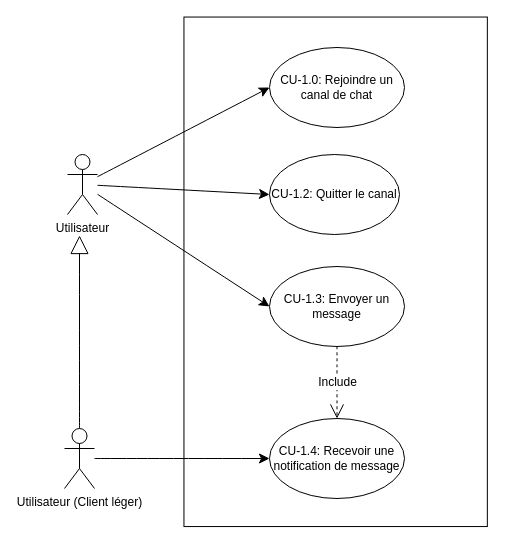
Andreea-Maria1/uml-projet3 keeps this draw.io diagram as page "Page-2" (2 of 4) of Diagramme sans nom.drawio. Above is the earlier version. Source tidied: cells renumbered, new cells numbered last; positions are measured from the earlier drawing's top-left corner, leaving out a move shared by most shapes. Both pictures are drawn from the tidied source at 100%, with x=0, y=0 at pixel (64, 47).
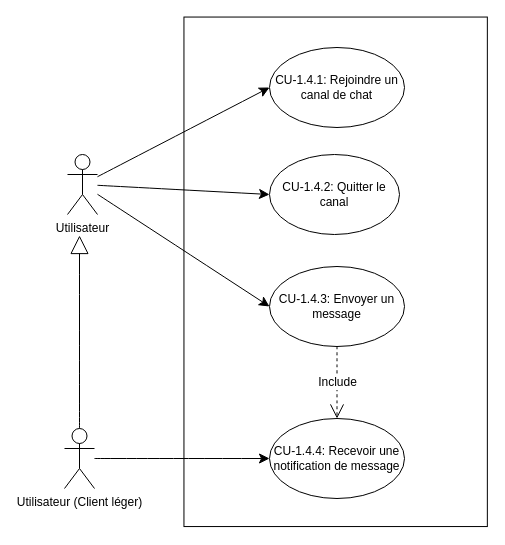
The same page after the edit.

Commit message:
Mettre à jour Diagramme sans nom.drawio

What changed in the source:
```diff
@@
 <mxGraphModel>
   <root>
     <mxCell id="0" />
     <mxCell id="1" parent="0" />
     <mxCell id="2" style="rounded=0;whiteSpace=wrap;html=1;rotation=90;" parent="1" vertex="1">
       <mxGeometry x="16.4" y="72.6" width="509.5" height="303.4" as="geometry" />
     </mxCell>
     <mxCell id="3" style="edgeStyle=none;curved=1;rounded=0;jettySize=auto;html=1;entryX=0;entryY=0.5;entryDx=0;entryDy=0;fontSize=12;startSize=8;endSize=8;" parent="1" edge="1" source="6" target="8">
       <mxGeometry relative="1" as="geometry">
         <Array as="points">
           <mxPoint x="205" y="147" />
         </Array>
       </mxGeometry>
     </mxCell>
     <mxCell id="4" style="edgeStyle=none;curved=1;rounded=0;jettySize=auto;html=1;entryX=0;entryY=0.5;entryDx=0;entryDy=0;fontSize=12;startSize=8;endSize=8;" parent="1" edge="1" source="6" target="7">
       <mxGeometry relative="1" as="geometry" />
     </mxCell>
     <mxCell id="5" style="edgeStyle=none;curved=1;rounded=0;jettySize=auto;html=1;entryX=0;entryY=0.5;entryDx=0;entryDy=0;fontSize=12;startSize=8;endSize=8;" parent="1" edge="1" source="6" target="9">
       <mxGeometry relative="1" as="geometry" />
     </mxCell>
     <mxCell id="6" value="Utilisateur" style="shape=umlActor;verticalLabelPosition=bottom;verticalAlign=top;html=1;outlineConnect=0;" parent="1" vertex="1">
       <mxGeometry x="3" y="107" width="30" height="60" as="geometry" />
     </mxCell>
-    <mxCell id="7" value="CU-1.0: Rejoindre un canal de chat" style="ellipse;whiteSpace=wrap;html=1;" parent="1" vertex="1">
+    <mxCell id="7" value="CU-1.4.1: Rejoindre un canal de chat" style="ellipse;whiteSpace=wrap;html=1;" parent="1" vertex="1">
       <mxGeometry x="205" width="135" height="80" as="geometry" />
     </mxCell>
-    <mxCell id="8" value="CU-1.2: Quitter le canal" style="ellipse;whiteSpace=wrap;html=1;" parent="1" vertex="1">
+    <mxCell id="8" value="CU-1.4.2: Quitter le canal" style="ellipse;whiteSpace=wrap;html=1;" parent="1" vertex="1">
       <mxGeometry x="205" y="107" width="130" height="80" as="geometry" />
     </mxCell>
-    <mxCell id="9" value="CU-1.3: Envoyer un message" style="ellipse;whiteSpace=wrap;html=1;" parent="1" vertex="1">
+    <mxCell id="9" value="CU-1.4.3: Envoyer un message" style="ellipse;whiteSpace=wrap;html=1;" parent="1" vertex="1">
       <mxGeometry x="205" y="219" width="135" height="80" as="geometry" />
     </mxCell>
     <mxCell id="10" style="edgeStyle=none;curved=1;rounded=0;jettySize=auto;html=1;entryX=0;entryY=0.5;entryDx=0;entryDy=0;fontSize=12;startSize=8;endSize=8;" parent="1" edge="1" source="11" target="12">
       <mxGeometry relative="1" as="geometry" />
     </mxCell>
     <mxCell id="11" value="Utilisateur (Client léger)" style="shape=umlActor;verticalLabelPosition=bottom;verticalAlign=top;html=1;outlineConnect=0;" parent="1" vertex="1">
       <mxGeometry y="381" width="30" height="60" as="geometry" />
     </mxCell>
-    <mxCell id="12" value="CU-1.4: Recevoir une notification de message" style="ellipse;whiteSpace=wrap;html=1;" parent="1" vertex="1">
+    <mxCell id="12" value="CU-1.4.4: Recevoir une notification de message" style="ellipse;whiteSpace=wrap;html=1;" parent="1" vertex="1">
       <mxGeometry x="205" y="371" width="135" height="80" as="geometry" />
     </mxCell>
     <mxCell id="13" style="endArrow=block;endSize=16;endFill=0;html=1;rounded=0;fontSize=12;curved=1;exitX=0.5;exitY=0;exitDx=0;exitDy=0;exitPerimeter=0;" parent="1" edge="1" source="11">
       <mxGeometry relative="1" as="geometry">
         <mxPoint x="15" y="188" as="targetPoint" />
       </mxGeometry>
     </mxCell>
     <mxCell id="14" value="Include" style="endArrow=open;endSize=12;dashed=1;html=1;rounded=0;fontSize=12;curved=1;exitX=0.5;exitY=1;exitDx=0;exitDy=0;entryX=0.5;entryY=0;entryDx=0;entryDy=0;" parent="1" edge="1" source="9" target="12">
       <mxGeometry relative="1" as="geometry" />
     </mxCell>
   </root>
 </mxGraphModel>
```
